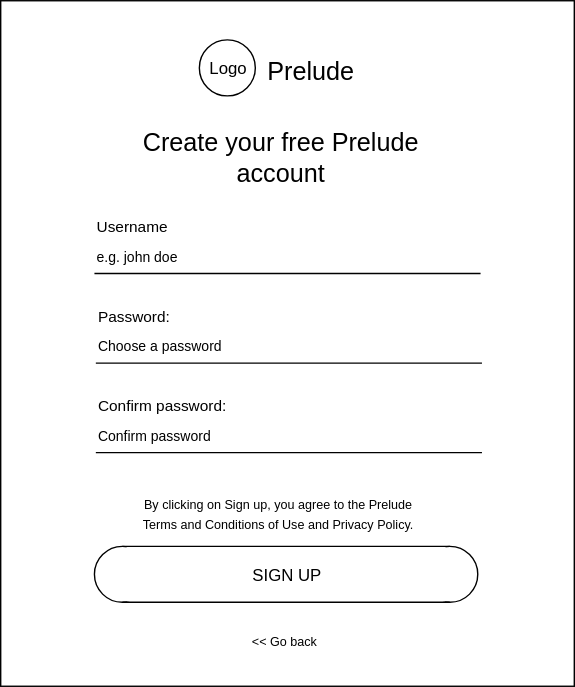
The draw.io diagram docs/wireframes/login_screens/sign_up.svg in the-big-l/prelude, before a commit. Source tidied: cells renumbered, new cells last; positions are measured from the earlier drawing's top-left corner, leaving out a move shared by most shapes.
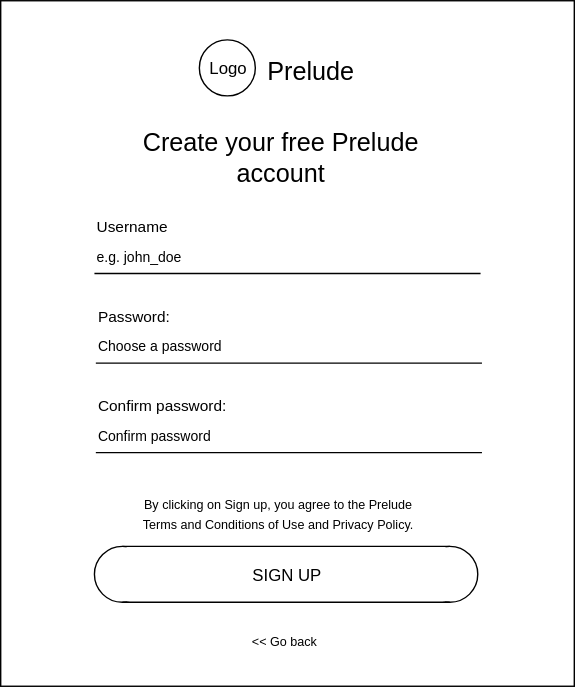
After the change.

Commit message:
update placeholder username text

What changed in the source:
```diff
@@ -41,8 +41,8 @@
     <mxCell id="14" value="&lt;font style=&quot;font-size: 11px&quot;&gt;Username&lt;/font&gt;" style="text;html=1;align=left;verticalAlign=top;spacingTop=-4;" parent="1" vertex="1">
       <mxGeometry x="67" y="152" width="70" height="20" as="geometry" />
     </mxCell>
-    <mxCell id="15" value="&lt;font style=&quot;font-size: 10px&quot;&gt;e.g. john doe&lt;/font&gt;" style="text;html=1;align=left;verticalAlign=top;spacingTop=-4;" parent="1" vertex="1">
-      <mxGeometry x="67" y="173" width="70" height="20" as="geometry" />
+    <mxCell id="15" value="&lt;font style=&quot;font-size: 10px&quot;&gt;e.g. john_doe&lt;/font&gt;" style="text;html=1;align=left;verticalAlign=top;spacingTop=-4;" parent="1" vertex="1">
+      <mxGeometry x="67" y="173" width="80" height="20" as="geometry" />
     </mxCell>
     <mxCell id="16" style="line;strokeWidth=1;html=1;rounded=0;shadow=0;glass=0;comic=0;fillColor=#ffffff;gradientColor=#ffffff;" parent="1" vertex="1">
       <mxGeometry x="68" y="254" width="276" height="10" as="geometry" />
```
